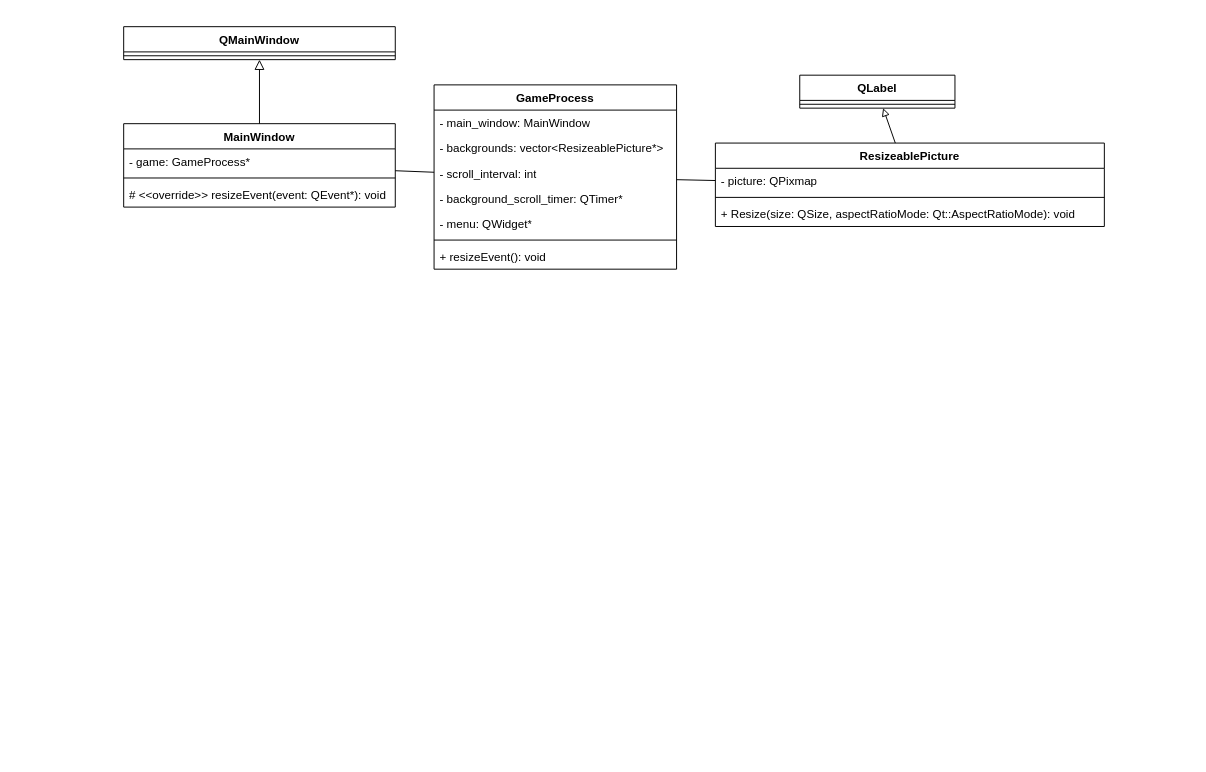
The draw.io diagram uml class diagram.drawio in antyee87/assign7, before the edit. Source tidied: cells renumbered, new cells numbered last; positions are measured from the earlier drawing's top-left corner, leaving out a move shared by most shapes. Both pictures are drawn from the tidied source at 97%, with x=0, y=0 at pixel (123, 26).
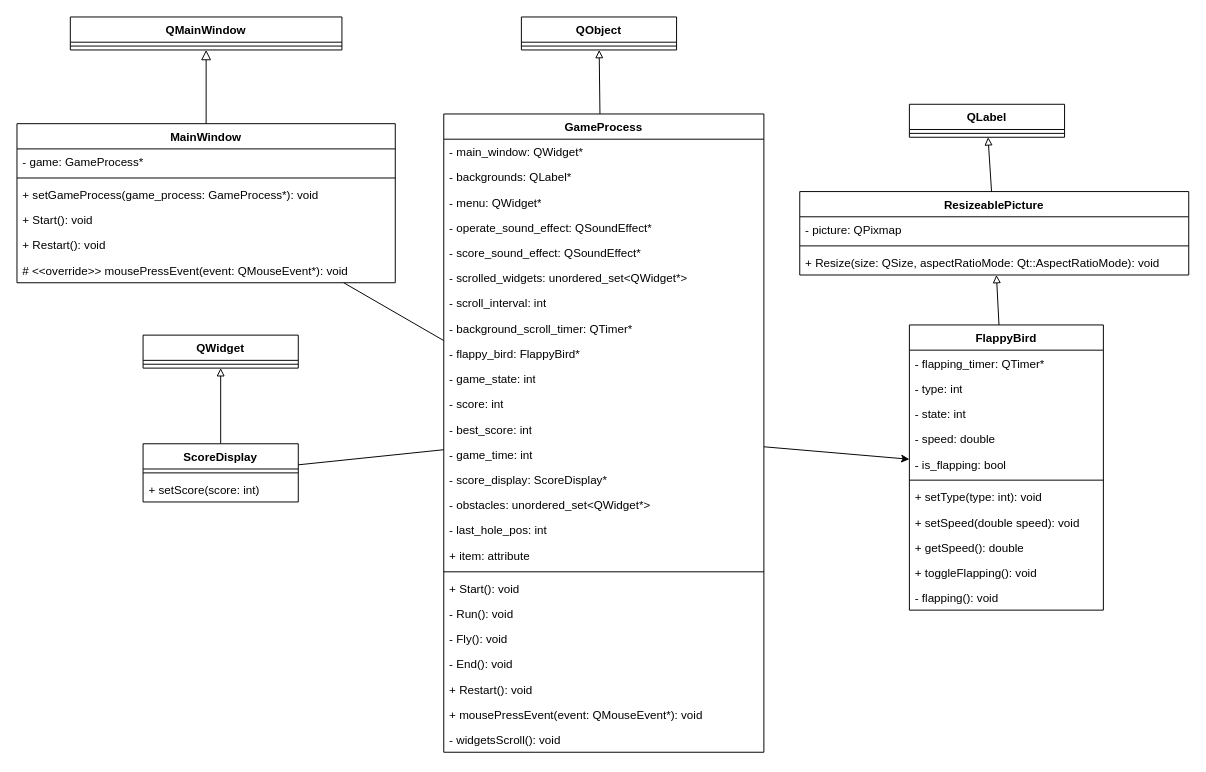
After the change.

Commit message (it also covers changes not shown here):
done flow chart and UML class Diagram

Change to the diagram source:
```diff
@@
+    <mxCell id="17" style="edgeStyle=none;html=1;endArrow=none;endFill=0;" parent="1" edge="1" source="2" target="9">
+      <mxGeometry relative="1" as="geometry" />
+    </mxCell>
     <mxCell id="2" value="MainWindow" style="swimlane;fontStyle=1;align=center;verticalAlign=top;horizontal=1;startSize=26;whiteSpace=wrap;html=1;" parent="1" vertex="1">
-      <mxGeometry y="100" width="280" height="86" as="geometry" />
+      <mxGeometry x="-110" y="100" width="390" height="164" as="geometry" />
     </mxCell>
     <mxCell id="3" value="- game: GameProcess*" style="text;strokeColor=none;fillColor=none;align=left;verticalAlign=top;spacingLeft=4;spacingRight=4;overflow=hidden;whiteSpace=wrap;html=1;" parent="2" vertex="1">
-      <mxGeometry y="26" width="280" height="26" as="geometry" />
+      <mxGeometry y="26" width="390" height="26" as="geometry" />
     </mxCell>
     <mxCell id="4" style="line;strokeWidth=1;fillColor=none;align=left;verticalAlign=middle;spacingTop=-1;spacingLeft=3;spacingRight=3;labelPosition=right;strokeColor=inherit;" parent="2" vertex="1">
-      <mxGeometry y="52" width="280" height="8" as="geometry" />
+      <mxGeometry y="52" width="390" height="8" as="geometry" />
     </mxCell>
-    <mxCell id="5" value="# &amp;lt;&amp;lt;override&amp;gt;&amp;gt; resizeEvent(event: QEvent*): void" style="text;strokeColor=none;fillColor=none;align=left;verticalAlign=top;spacingLeft=4;spacingRight=4;overflow=hidden;whiteSpace=wrap;html=1;" parent="2" vertex="1">
-      <mxGeometry y="60" width="280" height="26" as="geometry" />
+    <mxCell id="5" value="+ setGameProcess(game_process&lt;span style=&quot;background-color: transparent;&quot;&gt;: GameProcess*): void&lt;/span&gt;" style="text;strokeColor=none;fillColor=none;align=left;verticalAlign=top;spacingLeft=4;spacingRight=4;overflow=hidden;whiteSpace=wrap;html=1;" parent="2" vertex="1">
+      <mxGeometry y="60" width="390" height="26" as="geometry" />
     </mxCell>
+    <mxCell id="26" value="+ Start(): void" style="text;strokeColor=none;fillColor=none;align=left;verticalAlign=top;spacingLeft=4;spacingRight=4;overflow=hidden;whiteSpace=wrap;html=1;" parent="2" vertex="1">
+      <mxGeometry y="86" width="390" height="26" as="geometry" />
+    </mxCell>
+    <mxCell id="27" value="+ Restart(): void" style="text;strokeColor=none;fillColor=none;align=left;verticalAlign=top;spacingLeft=4;spacingRight=4;overflow=hidden;whiteSpace=wrap;html=1;" parent="2" vertex="1">
+      <mxGeometry y="112" width="390" height="26" as="geometry" />
+    </mxCell>
+    <mxCell id="28" value="# &amp;lt;&amp;lt;override&amp;gt;&amp;gt; mousePressEvent(event: QMouseEvent*): void" style="text;strokeColor=none;fillColor=none;align=left;verticalAlign=top;spacingLeft=4;spacingRight=4;overflow=hidden;whiteSpace=wrap;html=1;" parent="2" vertex="1">
+      <mxGeometry y="138" width="390" height="26" as="geometry" />
+    </mxCell>
     <mxCell id="6" value="QMainWindow" style="swimlane;fontStyle=1;align=center;verticalAlign=top;horizontal=1;startSize=26;whiteSpace=wrap;html=1;" parent="1" vertex="1">
-      <mxGeometry width="280" height="34" as="geometry" />
+      <mxGeometry x="-55" y="-10" width="280" height="34" as="geometry" />
     </mxCell>
@@
-    <mxCell id="8" style="edgeStyle=none;html=1;endArrow=none;endFill=0;" parent="1" edge="1" source="9" target="19">
-      <mxGeometry relative="1" as="geometry" />
-    </mxCell>
+    <mxCell id="29" style="edgeStyle=none;html=1;endArrow=block;endFill=0;" parent="1" edge="1" source="9" target="50">
+      <mxGeometry relative="1" as="geometry" />
+    </mxCell>
+    <mxCell id="30" style="edgeStyle=none;html=1;" parent="1" edge="1" source="9" target="53">
+      <mxGeometry relative="1" as="geometry" />
+    </mxCell>
     <mxCell id="9" value="GameProcess" style="swimlane;fontStyle=1;align=center;verticalAlign=top;horizontal=1;startSize=26;whiteSpace=wrap;html=1;" parent="1" vertex="1">
-      <mxGeometry x="320" y="60" width="250" height="190" as="geometry" />
+      <mxGeometry x="330" y="90" width="330" height="658" as="geometry" />
     </mxCell>
-    <mxCell id="10" value="- main_window: MainWindow" style="text;strokeColor=none;fillColor=none;align=left;verticalAlign=top;spacingLeft=4;spacingRight=4;overflow=hidden;whiteSpace=wrap;html=1;" parent="9" vertex="1">
-      <mxGeometry y="26" width="250" height="26" as="geometry" />
+    <mxCell id="10" value="- main_window: QWidget*" style="text;strokeColor=none;fillColor=none;align=left;verticalAlign=top;spacingLeft=4;spacingRight=4;overflow=hidden;whiteSpace=wrap;html=1;" parent="9" vertex="1">
+      <mxGeometry y="26" width="330" height="26" as="geometry" />
     </mxCell>
-    <mxCell id="11" value="- backgrounds: vector&amp;lt;ResizeablePicture*&amp;gt;" style="text;strokeColor=none;fillColor=none;align=left;verticalAlign=top;spacingLeft=4;spacingRight=4;overflow=hidden;whiteSpace=wrap;html=1;" parent="9" vertex="1">
-      <mxGeometry y="52" width="250" height="26" as="geometry" />
+    <mxCell id="11" value="- backgrounds: QLabel*" style="text;strokeColor=none;fillColor=none;align=left;verticalAlign=top;spacingLeft=4;spacingRight=4;overflow=hidden;whiteSpace=wrap;html=1;" parent="9" vertex="1">
+      <mxGeometry y="52" width="330" height="26" as="geometry" />
     </mxCell>
+    <mxCell id="14" value="- menu: QWidget*" style="text;strokeColor=none;fillColor=none;align=left;verticalAlign=top;spacingLeft=4;spacingRight=4;overflow=hidden;whiteSpace=wrap;html=1;" parent="9" vertex="1">
+      <mxGeometry y="78" width="330" height="26" as="geometry" />
+    </mxCell>
+    <mxCell id="31" value="- operate_sound_effect: QSoundEffect*" style="text;strokeColor=none;fillColor=none;align=left;verticalAlign=top;spacingLeft=4;spacingRight=4;overflow=hidden;whiteSpace=wrap;html=1;" parent="9" vertex="1">
+      <mxGeometry y="104" width="330" height="26" as="geometry" />
+    </mxCell>
+    <mxCell id="32" value="- score_sound_effect: QSoundEffect*" style="text;strokeColor=none;fillColor=none;align=left;verticalAlign=top;spacingLeft=4;spacingRight=4;overflow=hidden;whiteSpace=wrap;html=1;" parent="9" vertex="1">
+      <mxGeometry y="130" width="330" height="26" as="geometry" />
+    </mxCell>
+    <mxCell id="33" value="- scrolled_widgets: unordered_set&amp;lt;QWidget*&amp;gt;" style="text;strokeColor=none;fillColor=none;align=left;verticalAlign=top;spacingLeft=4;spacingRight=4;overflow=hidden;whiteSpace=wrap;html=1;" parent="9" vertex="1">
+      <mxGeometry y="156" width="330" height="26" as="geometry" />
+    </mxCell>
     <mxCell id="12" value="- scroll_interval: int" style="text;strokeColor=none;fillColor=none;align=left;verticalAlign=top;spacingLeft=4;spacingRight=4;overflow=hidden;whiteSpace=wrap;html=1;" parent="9" vertex="1">
-      <mxGeometry y="78" width="250" height="26" as="geometry" />
+      <mxGeometry y="182" width="330" height="26" as="geometry" />
     </mxCell>
     <mxCell id="13" value="- background_scroll_timer: QTimer*" style="text;strokeColor=none;fillColor=none;align=left;verticalAlign=top;spacingLeft=4;spacingRight=4;overflow=hidden;whiteSpace=wrap;html=1;" parent="9" vertex="1">
-      <mxGeometry y="104" width="250" height="26" as="geometry" />
+      <mxGeometry y="208" width="330" height="26" as="geometry" />
     </mxCell>
-    <mxCell id="14" value="- menu: QWidget*" style="text;strokeColor=none;fillColor=none;align=left;verticalAlign=top;spacingLeft=4;spacingRight=4;overflow=hidden;whiteSpace=wrap;html=1;" parent="9" vertex="1">
-      <mxGeometry y="130" width="250" height="26" as="geometry" />
-    </mxCell>
+    <mxCell id="34" value="- flappy_bird: FlappyBird*" style="text;strokeColor=none;fillColor=none;align=left;verticalAlign=top;spacingLeft=4;spacingRight=4;overflow=hidden;whiteSpace=wrap;html=1;" parent="9" vertex="1">
+      <mxGeometry y="234" width="330" height="26" as="geometry" />
+    </mxCell>
+    <mxCell id="35" value="- game_state: int" style="text;strokeColor=none;fillColor=none;align=left;verticalAlign=top;spacingLeft=4;spacingRight=4;overflow=hidden;whiteSpace=wrap;html=1;" parent="9" vertex="1">
+      <mxGeometry y="260" width="330" height="26" as="geometry" />
+    </mxCell>
+    <mxCell id="36" value="- score: int" style="text;strokeColor=none;fillColor=none;align=left;verticalAlign=top;spacingLeft=4;spacingRight=4;overflow=hidden;whiteSpace=wrap;html=1;" parent="9" vertex="1">
+      <mxGeometry y="286" width="330" height="26" as="geometry" />
+    </mxCell>
+    <mxCell id="37" value="- best_score: int" style="text;strokeColor=none;fillColor=none;align=left;verticalAlign=top;spacingLeft=4;spacingRight=4;overflow=hidden;whiteSpace=wrap;html=1;" parent="9" vertex="1">
+      <mxGeometry y="312" width="330" height="26" as="geometry" />
+    </mxCell>
+    <mxCell id="38" value="- game_time: int" style="text;strokeColor=none;fillColor=none;align=left;verticalAlign=top;spacingLeft=4;spacingRight=4;overflow=hidden;whiteSpace=wrap;html=1;" parent="9" vertex="1">
+      <mxGeometry y="338" width="330" height="26" as="geometry" />
+    </mxCell>
+    <mxCell id="39" value="- score_display: ScoreDisplay*" style="text;strokeColor=none;fillColor=none;align=left;verticalAlign=top;spacingLeft=4;spacingRight=4;overflow=hidden;whiteSpace=wrap;html=1;" parent="9" vertex="1">
+      <mxGeometry y="364" width="330" height="26" as="geometry" />
+    </mxCell>
+    <mxCell id="40" value="- obstacles: unordered_set&amp;lt;QWidget*&amp;gt;" style="text;strokeColor=none;fillColor=none;align=left;verticalAlign=top;spacingLeft=4;spacingRight=4;overflow=hidden;whiteSpace=wrap;html=1;" parent="9" vertex="1">
+      <mxGeometry y="390" width="330" height="26" as="geometry" />
+    </mxCell>
+    <mxCell id="41" value="- last_hole_pos: int" style="text;strokeColor=none;fillColor=none;align=left;verticalAlign=top;spacingLeft=4;spacingRight=4;overflow=hidden;whiteSpace=wrap;html=1;" parent="9" vertex="1">
+      <mxGeometry y="416" width="330" height="26" as="geometry" />
+    </mxCell>
+    <mxCell id="42" value="+ item: attribute" style="text;strokeColor=none;fillColor=none;align=left;verticalAlign=top;spacingLeft=4;spacingRight=4;overflow=hidden;whiteSpace=wrap;html=1;" parent="9" vertex="1">
+      <mxGeometry y="442" width="330" height="26" as="geometry" />
+    </mxCell>
     <mxCell id="15" style="line;strokeWidth=1;fillColor=none;align=left;verticalAlign=middle;spacingTop=-1;spacingLeft=3;spacingRight=3;labelPosition=right;strokeColor=inherit;" parent="9" vertex="1">
-      <mxGeometry y="156" width="250" height="8" as="geometry" />
+      <mxGeometry y="468" width="330" height="8" as="geometry" />
     </mxCell>
-    <mxCell id="16" value="+ resizeEvent(): void" style="text;strokeColor=none;fillColor=none;align=left;verticalAlign=top;spacingLeft=4;spacingRight=4;overflow=hidden;whiteSpace=wrap;html=1;" parent="9" vertex="1">
-      <mxGeometry y="164" width="250" height="26" as="geometry" />
-    </mxCell>
-    <mxCell id="17" style="endArrow=none;startArrow=none;endFill=0;startFill=0;endSize=8;html=1;verticalAlign=bottom;labelBackgroundColor=none;strokeWidth=1;" parent="1" edge="1" source="2" target="9">
-      <mxGeometry relative="1" as="geometry" />
-    </mxCell>
+    <mxCell id="43" value="+ Start(): void" style="text;strokeColor=none;fillColor=none;align=left;verticalAlign=top;spacingLeft=4;spacingRight=4;overflow=hidden;whiteSpace=wrap;html=1;" parent="9" vertex="1">
+      <mxGeometry y="476" width="330" height="26" as="geometry" />
+    </mxCell>
+    <mxCell id="44" value="- Run(): void" style="text;strokeColor=none;fillColor=none;align=left;verticalAlign=top;spacingLeft=4;spacingRight=4;overflow=hidden;whiteSpace=wrap;html=1;" parent="9" vertex="1">
+      <mxGeometry y="502" width="330" height="26" as="geometry" />
+    </mxCell>
+    <mxCell id="45" value="- Fly(): void" style="text;strokeColor=none;fillColor=none;align=left;verticalAlign=top;spacingLeft=4;spacingRight=4;overflow=hidden;whiteSpace=wrap;html=1;" parent="9" vertex="1">
+      <mxGeometry y="528" width="330" height="26" as="geometry" />
+    </mxCell>
+    <mxCell id="46" value="- End(): void" style="text;strokeColor=none;fillColor=none;align=left;verticalAlign=top;spacingLeft=4;spacingRight=4;overflow=hidden;whiteSpace=wrap;html=1;" parent="9" vertex="1">
+      <mxGeometry y="554" width="330" height="26" as="geometry" />
+    </mxCell>
+    <mxCell id="47" value="+ Restart(): void" style="text;strokeColor=none;fillColor=none;align=left;verticalAlign=top;spacingLeft=4;spacingRight=4;overflow=hidden;whiteSpace=wrap;html=1;" parent="9" vertex="1">
+      <mxGeometry y="580" width="330" height="26" as="geometry" />
+    </mxCell>
+    <mxCell id="48" value="+ mousePressEvent(event: QMouseEvent*): void" style="text;strokeColor=none;fillColor=none;align=left;verticalAlign=top;spacingLeft=4;spacingRight=4;overflow=hidden;whiteSpace=wrap;html=1;" parent="9" vertex="1">
+      <mxGeometry y="606" width="330" height="26" as="geometry" />
+    </mxCell>
+    <mxCell id="49" value="- widgetsScroll(): void" style="text;strokeColor=none;fillColor=none;align=left;verticalAlign=top;spacingLeft=4;spacingRight=4;overflow=hidden;whiteSpace=wrap;html=1;" parent="9" vertex="1">
+      <mxGeometry y="632" width="330" height="26" as="geometry" />
+    </mxCell>
@@
     <mxCell id="19" value="ResizeablePicture" style="swimlane;fontStyle=1;align=center;verticalAlign=top;horizontal=1;startSize=26;whiteSpace=wrap;html=1;" parent="1" vertex="1">
-      <mxGeometry x="610" y="120" width="401" height="86" as="geometry" />
+      <mxGeometry x="697" y="170" width="401" height="86" as="geometry" />
     </mxCell>
@@
     <mxCell id="24" value="QLabel" style="swimlane;fontStyle=1;align=center;verticalAlign=top;horizontal=1;startSize=26;whiteSpace=wrap;html=1;" parent="1" vertex="1">
-      <mxGeometry x="697" y="50" width="160" height="34" as="geometry" />
+      <mxGeometry x="810" y="80" width="160" height="34" as="geometry" />
     </mxCell>
@@
+    <mxCell id="50" value="QObject" style="swimlane;fontStyle=1;align=center;verticalAlign=top;horizontal=1;startSize=26;whiteSpace=wrap;html=1;" parent="1" vertex="1">
+      <mxGeometry x="410" y="-10" width="160" height="34" as="geometry" />
+    </mxCell>
+    <mxCell id="51" style="line;strokeWidth=1;fillColor=none;align=left;verticalAlign=middle;spacingTop=-1;spacingLeft=3;spacingRight=3;labelPosition=right;strokeColor=inherit;" parent="50" vertex="1">
+      <mxGeometry y="26" width="160" height="8" as="geometry" />
+    </mxCell>
+    <mxCell id="52" style="edgeStyle=none;html=1;endArrow=block;endFill=0;" parent="1" edge="1" source="53" target="19">
+      <mxGeometry relative="1" as="geometry" />
+    </mxCell>
+    <mxCell id="53" value="FlappyBird" style="swimlane;fontStyle=1;align=center;verticalAlign=top;horizontal=1;startSize=26;whiteSpace=wrap;html=1;" parent="1" vertex="1">
+      <mxGeometry x="810" y="307.5" width="200" height="294" as="geometry" />
+    </mxCell>
+    <mxCell id="54" value="- flapping_timer: QTimer*" style="text;strokeColor=none;fillColor=none;align=left;verticalAlign=top;spacingLeft=4;spacingRight=4;overflow=hidden;whiteSpace=wrap;html=1;" parent="53" vertex="1">
+      <mxGeometry y="26" width="200" height="26" as="geometry" />
+    </mxCell>
+    <mxCell id="55" value="- type: int" style="text;strokeColor=none;fillColor=none;align=left;verticalAlign=top;spacingLeft=4;spacingRight=4;overflow=hidden;whiteSpace=wrap;html=1;" parent="53" vertex="1">
+      <mxGeometry y="52" width="200" height="26" as="geometry" />
+    </mxCell>
+    <mxCell id="56" value="- state: int" style="text;strokeColor=none;fillColor=none;align=left;verticalAlign=top;spacingLeft=4;spacingRight=4;overflow=hidden;whiteSpace=wrap;html=1;" parent="53" vertex="1">
+      <mxGeometry y="78" width="200" height="26" as="geometry" />
+    </mxCell>
+    <mxCell id="57" value="- speed: double" style="text;strokeColor=none;fillColor=none;align=left;verticalAlign=top;spacingLeft=4;spacingRight=4;overflow=hidden;whiteSpace=wrap;html=1;" parent="53" vertex="1">
+      <mxGeometry y="104" width="200" height="26" as="geometry" />
+    </mxCell>
+    <mxCell id="58" value="- is_flapping: bool" style="text;strokeColor=none;fillColor=none;align=left;verticalAlign=top;spacingLeft=4;spacingRight=4;overflow=hidden;whiteSpace=wrap;html=1;" parent="53" vertex="1">
+      <mxGeometry y="130" width="200" height="26" as="geometry" />
+    </mxCell>
+    <mxCell id="59" style="line;strokeWidth=1;fillColor=none;align=left;verticalAlign=middle;spacingTop=-1;spacingLeft=3;spacingRight=3;labelPosition=right;strokeColor=inherit;" parent="53" vertex="1">
+      <mxGeometry y="156" width="200" height="8" as="geometry" />
+    </mxCell>
+    <mxCell id="60" value="+ setType(type: int): void" style="text;strokeColor=none;fillColor=none;align=left;verticalAlign=top;spacingLeft=4;spacingRight=4;overflow=hidden;whiteSpace=wrap;html=1;" parent="53" vertex="1">
+      <mxGeometry y="164" width="200" height="26" as="geometry" />
+    </mxCell>
+    <mxCell id="61" value="+ setSpeed(double speed): void" style="text;strokeColor=none;fillColor=none;align=left;verticalAlign=top;spacingLeft=4;spacingRight=4;overflow=hidden;whiteSpace=wrap;html=1;" parent="53" vertex="1">
+      <mxGeometry y="190" width="200" height="26" as="geometry" />
+    </mxCell>
+    <mxCell id="62" value="+ getSpeed(): double" style="text;strokeColor=none;fillColor=none;align=left;verticalAlign=top;spacingLeft=4;spacingRight=4;overflow=hidden;whiteSpace=wrap;html=1;" parent="53" vertex="1">
+      <mxGeometry y="216" width="200" height="26" as="geometry" />
+    </mxCell>
+    <mxCell id="63" value="+ toggleFlapping(): void" style="text;strokeColor=none;fillColor=none;align=left;verticalAlign=top;spacingLeft=4;spacingRight=4;overflow=hidden;whiteSpace=wrap;html=1;" parent="53" vertex="1">
+      <mxGeometry y="242" width="200" height="26" as="geometry" />
+    </mxCell>
+    <mxCell id="64" value="- flapping(): void" style="text;strokeColor=none;fillColor=none;align=left;verticalAlign=top;spacingLeft=4;spacingRight=4;overflow=hidden;whiteSpace=wrap;html=1;" parent="53" vertex="1">
+      <mxGeometry y="268" width="200" height="26" as="geometry" />
+    </mxCell>
+    <mxCell id="65" style="edgeStyle=none;html=1;endArrow=block;endFill=0;" parent="1" edge="1" source="67" target="70">
+      <mxGeometry relative="1" as="geometry" />
+    </mxCell>
+    <mxCell id="66" style="edgeStyle=none;html=1;endArrow=none;endFill=0;" parent="1" edge="1" source="67" target="9">
+      <mxGeometry relative="1" as="geometry" />
+    </mxCell>
+    <mxCell id="67" value="ScoreDisplay" style="swimlane;fontStyle=1;align=center;verticalAlign=top;horizontal=1;startSize=26;whiteSpace=wrap;html=1;" parent="1" vertex="1">
+      <mxGeometry x="20" y="430" width="160" height="60" as="geometry" />
+    </mxCell>
+    <mxCell id="68" style="line;strokeWidth=1;fillColor=none;align=left;verticalAlign=middle;spacingTop=-1;spacingLeft=3;spacingRight=3;labelPosition=right;strokeColor=inherit;" parent="67" vertex="1">
+      <mxGeometry y="26" width="160" height="8" as="geometry" />
+    </mxCell>
+    <mxCell id="69" value="+ setScore(score: int)" style="text;strokeColor=none;fillColor=none;align=left;verticalAlign=top;spacingLeft=4;spacingRight=4;overflow=hidden;whiteSpace=wrap;html=1;" parent="67" vertex="1">
+      <mxGeometry y="34" width="160" height="26" as="geometry" />
+    </mxCell>
+    <mxCell id="70" value="QWidget" style="swimlane;fontStyle=1;align=center;verticalAlign=top;horizontal=1;startSize=26;whiteSpace=wrap;html=1;" parent="1" vertex="1">
+      <mxGeometry x="20" y="318" width="160" height="34" as="geometry" />
+    </mxCell>
+    <mxCell id="71" style="line;strokeWidth=1;fillColor=none;align=left;verticalAlign=middle;spacingTop=-1;spacingLeft=3;spacingRight=3;labelPosition=right;strokeColor=inherit;" parent="70" vertex="1">
+      <mxGeometry y="26" width="160" height="8" as="geometry" />
+    </mxCell>
```
